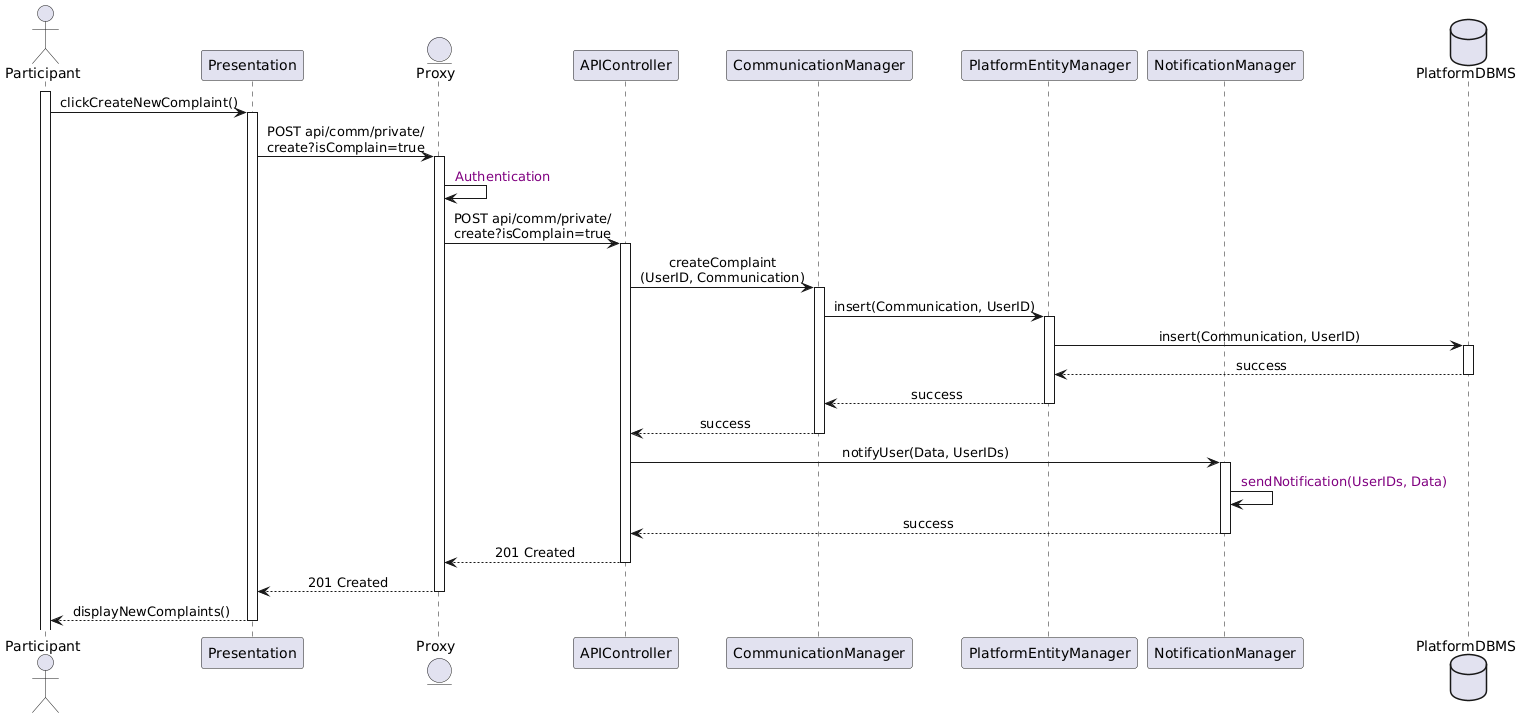
Before: Diagrams/SequenceDiagrams/DD/Images/17ParticipantCreatesAComplaint.png, a diagram exported from PlantUML (Slaitroc/RicciPaoliGrisoni). The source it was exported from:
```plantuml
@startuml
skinparam sequenceMessageAlign center
actor       Participant
participant  Presentation
entity      Proxy
participant APIController
participant CommunicationManager
participant PlatformEntityManager
participant NotificationManager
database    PlatformDBMS


activate Participant
Participant -> Presentation : clickCreateNewComplaint()
activate Presentation
Presentation -> Proxy : POST api/comm/private/\ncreate?isComplain=true
activate Proxy
Proxy -> Proxy : <color:purple> Authentication
Proxy -> APIController : POST api/comm/private/\ncreate?isComplain=true
activate APIController
APIController -> CommunicationManager : createComplaint\n(UserID, Communication)
activate CommunicationManager
CommunicationManager -> PlatformEntityManager : insert(Communication, UserID)
activate PlatformEntityManager
PlatformEntityManager -> PlatformDBMS : insert(Communication, UserID)
activate PlatformDBMS
PlatformDBMS --> PlatformEntityManager : success
deactivate PlatformDBMS
PlatformEntityManager --> CommunicationManager : success
deactivate PlatformEntityManager
CommunicationManager --> APIController : success
deactivate CommunicationManager
APIController -> NotificationManager : notifyUser(Data, UserIDs)
activate NotificationManager
NotificationManager -> NotificationManager : <color:purple> sendNotification(UserIDs, Data)
NotificationManager --> APIController : success
deactivate NotificationManager
deactivate CommunicationManager
APIController --> Proxy : 201 Created
deactivate APIController
Proxy --> Presentation : 201 Created
deactivate Proxy
Presentation --> Participant : displayNewComplaints()
deactivate Presentation
@enduml
```
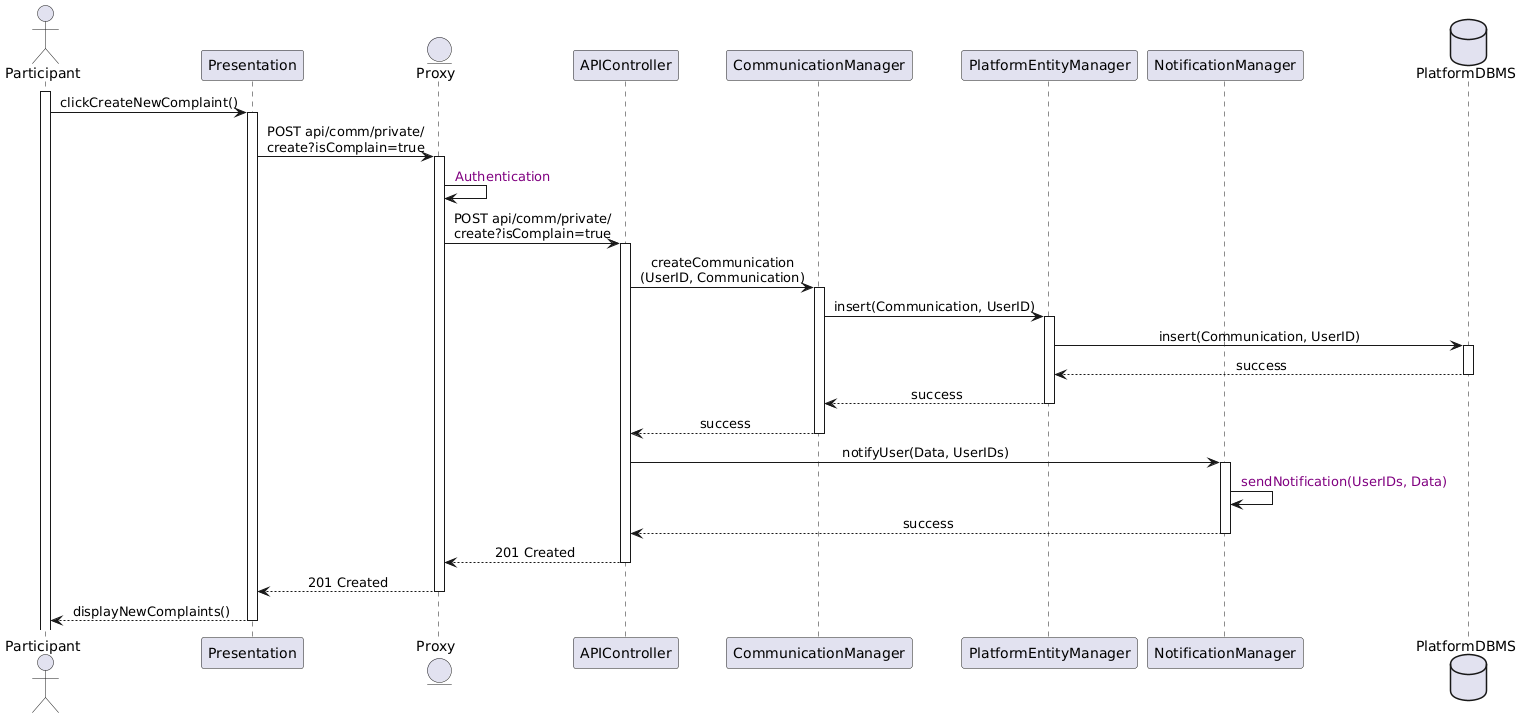
Later version of the same file.

What changed in the source:
```diff
@@ -18,7 +18,7 @@
 Proxy -> Proxy : <color:purple> Authentication
 Proxy -> APIController : POST api/comm/private/\ncreate?isComplain=true
 activate APIController
-APIController -> CommunicationManager : createComplaint\n(UserID, Communication)
+APIController -> CommunicationManager : createCommunication\n(UserID, Communication)
 activate CommunicationManager
 CommunicationManager -> PlatformEntityManager : insert(Communication, UserID)
 activate PlatformEntityManager
```
